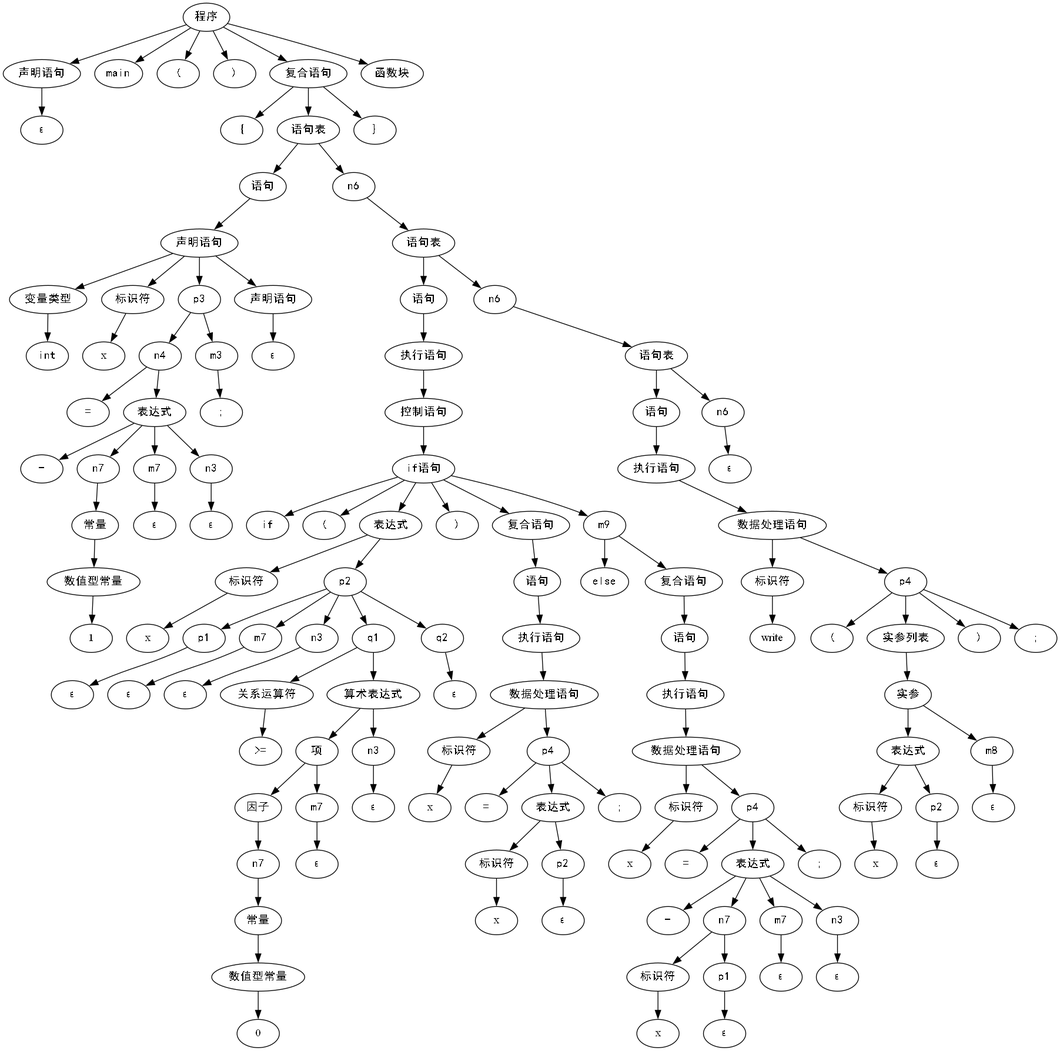
Above: Syntax_Tree/tree.gv.png in hutao99/compiler (Graphviz), before the change. Its source is kept beside it as Syntax_Tree/tree.gv.
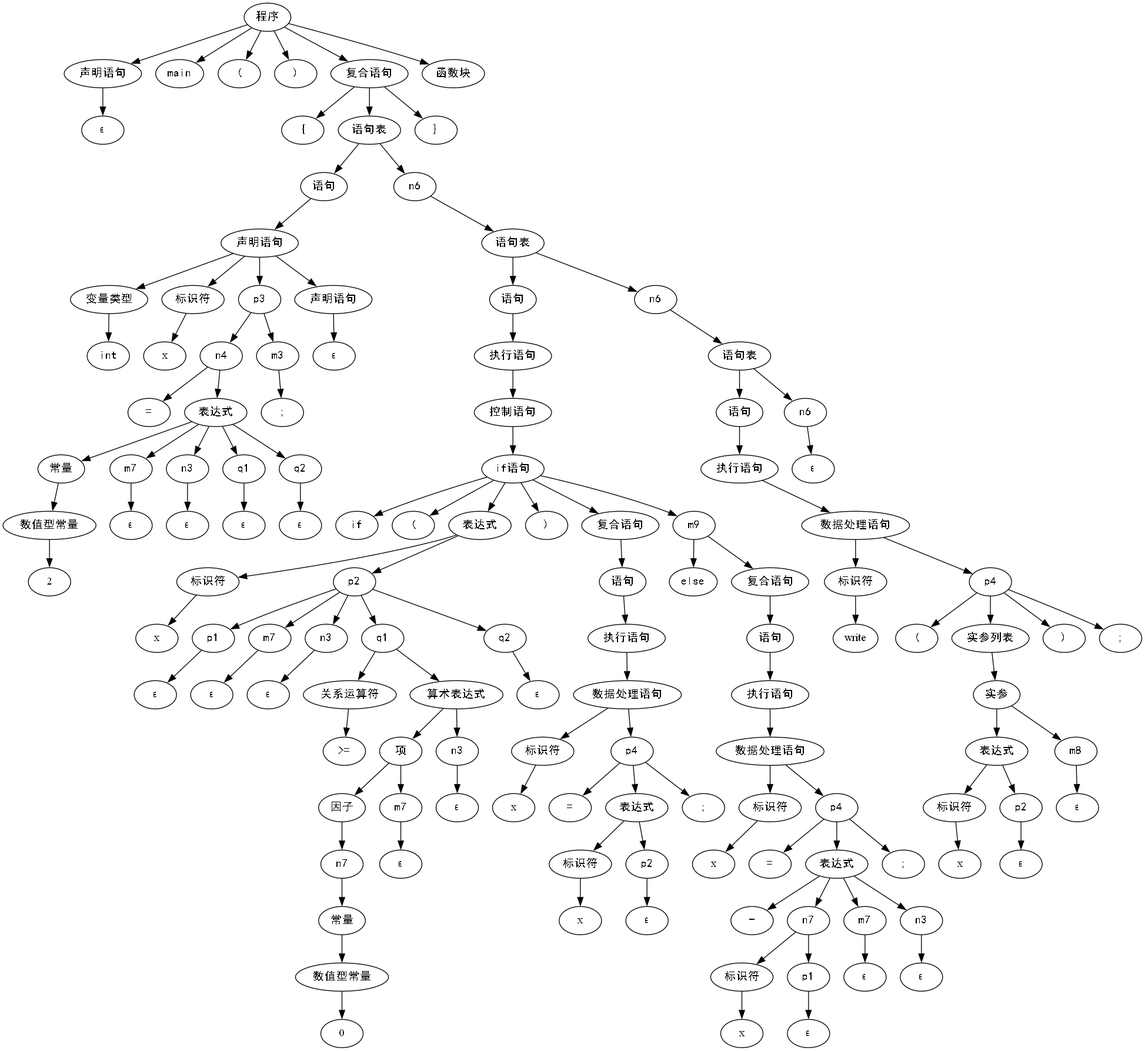
The same file after the commit.

Change to the diagram source:
```diff
@@ -36,220 +36,224 @@
 	16 -> 17
 	18 [label="表达式" fontname=SimHei]
 	16 -> 18
-	19 [label="-" fontname=SimHei]
+	19 [label="常量" fontname=SimHei]
 	18 -> 19
-	20 [label=n7 fontname=SimHei]
-	18 -> 20
-	21 [label="常量" fontname=SimHei]
+	20 [label="数值型常量" fontname=SimHei]
+	19 -> 20
+	21 [label=2]
 	20 -> 21
-	22 [label="数值型常量" fontname=SimHei]
-	21 -> 22
-	23 [label=1]
+	22 [label=m7 fontname=SimHei]
+	18 -> 22
+	23 [label="ε" fontname=SimHei]
 	22 -> 23
-	24 [label=m7 fontname=SimHei]
+	24 [label=n3 fontname=SimHei]
 	18 -> 24
 	25 [label="ε" fontname=SimHei]
 	24 -> 25
-	26 [label=n3 fontname=SimHei]
+	26 [label=q1 fontname=SimHei]
 	18 -> 26
 	27 [label="ε" fontname=SimHei]
 	26 -> 27
-	28 [label=m3 fontname=SimHei]
-	15 -> 28
-	29 [label=";" fontname=SimHei]
+	28 [label=q2 fontname=SimHei]
+	18 -> 28
+	29 [label="ε" fontname=SimHei]
 	28 -> 29
-	30 [label="声明语句" fontname=SimHei]
-	10 -> 30
-	31 [label="ε" fontname=SimHei]
+	30 [label=m3 fontname=SimHei]
+	15 -> 30
+	31 [label=";" fontname=SimHei]
 	30 -> 31
-	32 [label=n6 fontname=SimHei]
-	8 -> 32
-	33 [label="语句表" fontname=SimHei]
+	32 [label="声明语句" fontname=SimHei]
+	10 -> 32
+	33 [label="ε" fontname=SimHei]
 	32 -> 33
-	34 [label="语句" fontname=SimHei]
-	33 -> 34
-	35 [label="执行语句" fontname=SimHei]
+	34 [label=n6 fontname=SimHei]
+	8 -> 34
+	35 [label="语句表" fontname=SimHei]
 	34 -> 35
-	36 [label="控制语句" fontname=SimHei]
+	36 [label="语句" fontname=SimHei]
 	35 -> 36
-	37 [label="if语句" fontname=SimHei]
+	37 [label="执行语句" fontname=SimHei]
 	36 -> 37
-	38 [label=if fontname=SimHei]
+	38 [label="控制语句" fontname=SimHei]
 	37 -> 38
-	39 [label="(" fontname=SimHei]
-	37 -> 39
-	40 [label="表达式" fontname=SimHei]
-	37 -> 40
-	41 [label="标识符" fontname=SimHei]
-	40 -> 41
-	42 [label=x]
-	41 -> 42
-	43 [label=p2 fontname=SimHei]
-	40 -> 43
-	44 [label=p1 fontname=SimHei]
+	39 [label="if语句" fontname=SimHei]
+	38 -> 39
+	40 [label=if fontname=SimHei]
+	39 -> 40
+	41 [label="(" fontname=SimHei]
+	39 -> 41
+	42 [label="表达式" fontname=SimHei]
+	39 -> 42
+	43 [label="标识符" fontname=SimHei]
+	42 -> 43
+	44 [label=x]
 	43 -> 44
-	45 [label="ε" fontname=SimHei]
-	44 -> 45
-	46 [label=m7 fontname=SimHei]
-	43 -> 46
+	45 [label=p2 fontname=SimHei]
+	42 -> 45
+	46 [label=p1 fontname=SimHei]
+	45 -> 46
 	47 [label="ε" fontname=SimHei]
 	46 -> 47
-	48 [label=n3 fontname=SimHei]
-	43 -> 48
+	48 [label=m7 fontname=SimHei]
+	45 -> 48
 	49 [label="ε" fontname=SimHei]
 	48 -> 49
-	50 [label=q1 fontname=SimHei]
-	43 -> 50
-	51 [label="关系运算符" fontname=SimHei]
+	50 [label=n3 fontname=SimHei]
+	45 -> 50
+	51 [label="ε" fontname=SimHei]
 	50 -> 51
-	52 [label=">=" fontname=SimHei]
-	51 -> 52
-	53 [label="算术表达式" fontname=SimHei]
-	50 -> 53
-	54 [label="项" fontname=SimHei]
+	52 [label=q1 fontname=SimHei]
+	45 -> 52
+	53 [label="关系运算符" fontname=SimHei]
+	52 -> 53
+	54 [label=">=" fontname=SimHei]
 	53 -> 54
-	55 [label="因子" fontname=SimHei]
-	54 -> 55
-	56 [label=n7 fontname=SimHei]
+	55 [label="算术表达式" fontname=SimHei]
+	52 -> 55
+	56 [label="项" fontname=SimHei]
 	55 -> 56
-	57 [label="常量" fontname=SimHei]
+	57 [label="因子" fontname=SimHei]
 	56 -> 57
-	58 [label="数值型常量" fontname=SimHei]
+	58 [label=n7 fontname=SimHei]
 	57 -> 58
-	59 [label=0]
+	59 [label="常量" fontname=SimHei]
 	58 -> 59
-	60 [label=m7 fontname=SimHei]
-	54 -> 60
-	61 [label="ε" fontname=SimHei]
+	60 [label="数值型常量" fontname=SimHei]
+	59 -> 60
+	61 [label=0]
 	60 -> 61
-	62 [label=n3 fontname=SimHei]
-	53 -> 62
+	62 [label=m7 fontname=SimHei]
+	56 -> 62
 	63 [label="ε" fontname=SimHei]
 	62 -> 63
-	64 [label=q2 fontname=SimHei]
-	43 -> 64
+	64 [label=n3 fontname=SimHei]
+	55 -> 64
 	65 [label="ε" fontname=SimHei]
 	64 -> 65
-	66 [label=")" fontname=SimHei]
-	37 -> 66
-	67 [label="复合语句" fontname=SimHei]
-	37 -> 67
-	68 [label="语句" fontname=SimHei]
-	67 -> 68
-	69 [label="执行语句" fontname=SimHei]
-	68 -> 69
-	70 [label="数据处理语句" fontname=SimHei]
+	66 [label=q2 fontname=SimHei]
+	45 -> 66
+	67 [label="ε" fontname=SimHei]
+	66 -> 67
+	68 [label=")" fontname=SimHei]
+	39 -> 68
+	69 [label="复合语句" fontname=SimHei]
+	39 -> 69
+	70 [label="语句" fontname=SimHei]
 	69 -> 70
-	71 [label="标识符" fontname=SimHei]
+	71 [label="执行语句" fontname=SimHei]
 	70 -> 71
-	72 [label=x]
+	72 [label="数据处理语句" fontname=SimHei]
 	71 -> 72
-	73 [label=p4 fontname=SimHei]
-	70 -> 73
-	74 [label="=" fontname=SimHei]
+	73 [label="标识符" fontname=SimHei]
+	72 -> 73
+	74 [label=x]
 	73 -> 74
-	75 [label="表达式" fontname=SimHei]
-	73 -> 75
-	76 [label="标识符" fontname=SimHei]
+	75 [label=p4 fontname=SimHei]
+	72 -> 75
+	76 [label="=" fontname=SimHei]
 	75 -> 76
-	77 [label=x]
-	76 -> 77
-	78 [label=p2 fontname=SimHei]
-	75 -> 78
-	79 [label="ε" fontname=SimHei]
+	77 [label="表达式" fontname=SimHei]
+	75 -> 77
+	78 [label="标识符" fontname=SimHei]
+	77 -> 78
+	79 [label=x]
 	78 -> 79
-	80 [label=";" fontname=SimHei]
-	73 -> 80
-	81 [label=m9 fontname=SimHei]
-	37 -> 81
-	82 [label=else fontname=SimHei]
-	81 -> 82
-	83 [label="复合语句" fontname=SimHei]
-	81 -> 83
-	84 [label="语句" fontname=SimHei]
+	80 [label=p2 fontname=SimHei]
+	77 -> 80
+	81 [label="ε" fontname=SimHei]
+	80 -> 81
+	82 [label=";" fontname=SimHei]
+	75 -> 82
+	83 [label=m9 fontname=SimHei]
+	39 -> 83
+	84 [label=else fontname=SimHei]
 	83 -> 84
-	85 [label="执行语句" fontname=SimHei]
-	84 -> 85
-	86 [label="数据处理语句" fontname=SimHei]
+	85 [label="复合语句" fontname=SimHei]
+	83 -> 85
+	86 [label="语句" fontname=SimHei]
 	85 -> 86
-	87 [label="标识符" fontname=SimHei]
+	87 [label="执行语句" fontname=SimHei]
 	86 -> 87
-	88 [label=x]
+	88 [label="数据处理语句" fontname=SimHei]
 	87 -> 88
-	89 [label=p4 fontname=SimHei]
-	86 -> 89
-	90 [label="=" fontname=SimHei]
+	89 [label="标识符" fontname=SimHei]
+	88 -> 89
+	90 [label=x]
 	89 -> 90
-	91 [label="表达式" fontname=SimHei]
-	89 -> 91
-	92 [label="-" fontname=SimHei]
+	91 [label=p4 fontname=SimHei]
+	88 -> 91
+	92 [label="=" fontname=SimHei]
 	91 -> 92
-	93 [label=n7 fontname=SimHei]
+	93 [label="表达式" fontname=SimHei]
 	91 -> 93
-	94 [label="标识符" fontname=SimHei]
+	94 [label="-" fontname=SimHei]
 	93 -> 94
-	95 [label=x]
-	94 -> 95
-	96 [label=p1 fontname=SimHei]
-	93 -> 96
-	97 [label="ε" fontname=SimHei]
+	95 [label=n7 fontname=SimHei]
+	93 -> 95
+	96 [label="标识符" fontname=SimHei]
+	95 -> 96
+	97 [label=x]
 	96 -> 97
-	98 [label=m7 fontname=SimHei]
-	91 -> 98
+	98 [label=p1 fontname=SimHei]
+	95 -> 98
 	99 [label="ε" fontname=SimHei]
 	98 -> 99
-	100 [label=n3 fontname=SimHei]
-	91 -> 100
+	100 [label=m7 fontname=SimHei]
+	93 -> 100
 	101 [label="ε" fontname=SimHei]
 	100 -> 101
-	102 [label=";" fontname=SimHei]
-	89 -> 102
-	103 [label=n6 fontname=SimHei]
-	33 -> 103
-	104 [label="语句表" fontname=SimHei]
-	103 -> 104
-	105 [label="语句" fontname=SimHei]
-	104 -> 105
-	106 [label="执行语句" fontname=SimHei]
+	102 [label=n3 fontname=SimHei]
+	93 -> 102
+	103 [label="ε" fontname=SimHei]
+	102 -> 103
+	104 [label=";" fontname=SimHei]
+	91 -> 104
+	105 [label=n6 fontname=SimHei]
+	35 -> 105
+	106 [label="语句表" fontname=SimHei]
 	105 -> 106
-	107 [label="数据处理语句" fontname=SimHei]
+	107 [label="语句" fontname=SimHei]
 	106 -> 107
-	108 [label="标识符" fontname=SimHei]
+	108 [label="执行语句" fontname=SimHei]
 	107 -> 108
-	109 [label=write]
+	109 [label="数据处理语句" fontname=SimHei]
 	108 -> 109
-	110 [label=p4 fontname=SimHei]
-	107 -> 110
-	111 [label="(" fontname=SimHei]
+	110 [label="标识符" fontname=SimHei]
+	109 -> 110
+	111 [label=write]
 	110 -> 111
-	112 [label="实参列表" fontname=SimHei]
-	110 -> 112
-	113 [label="实参" fontname=SimHei]
+	112 [label=p4 fontname=SimHei]
+	109 -> 112
+	113 [label="(" fontname=SimHei]
 	112 -> 113
-	114 [label="表达式" fontname=SimHei]
-	113 -> 114
-	115 [label="标识符" fontname=SimHei]
+	114 [label="实参列表" fontname=SimHei]
+	112 -> 114
+	115 [label="实参" fontname=SimHei]
 	114 -> 115
-	116 [label=x]
+	116 [label="表达式" fontname=SimHei]
 	115 -> 116
-	117 [label=p2 fontname=SimHei]
-	114 -> 117
-	118 [label="ε" fontname=SimHei]
+	117 [label="标识符" fontname=SimHei]
+	116 -> 117
+	118 [label=x]
 	117 -> 118
-	119 [label=m8 fontname=SimHei]
-	113 -> 119
+	119 [label=p2 fontname=SimHei]
+	116 -> 119
 	120 [label="ε" fontname=SimHei]
 	119 -> 120
-	121 [label=")" fontname=SimHei]
-	110 -> 121
-	122 [label=";" fontname=SimHei]
-	110 -> 122
-	123 [label=n6 fontname=SimHei]
-	104 -> 123
-	124 [label="ε" fontname=SimHei]
-	123 -> 124
-	125 [label="}" fontname=SimHei]
-	6 -> 125
-	126 [label="函数块" fontname=SimHei]
-	0 -> 126
+	121 [label=m8 fontname=SimHei]
+	115 -> 121
+	122 [label="ε" fontname=SimHei]
+	121 -> 122
+	123 [label=")" fontname=SimHei]
+	112 -> 123
+	124 [label=";" fontname=SimHei]
+	112 -> 124
+	125 [label=n6 fontname=SimHei]
+	106 -> 125
+	126 [label="ε" fontname=SimHei]
+	125 -> 126
+	127 [label="}" fontname=SimHei]
+	6 -> 127
+	128 [label="函数块" fontname=SimHei]
+	0 -> 128
 }
```
